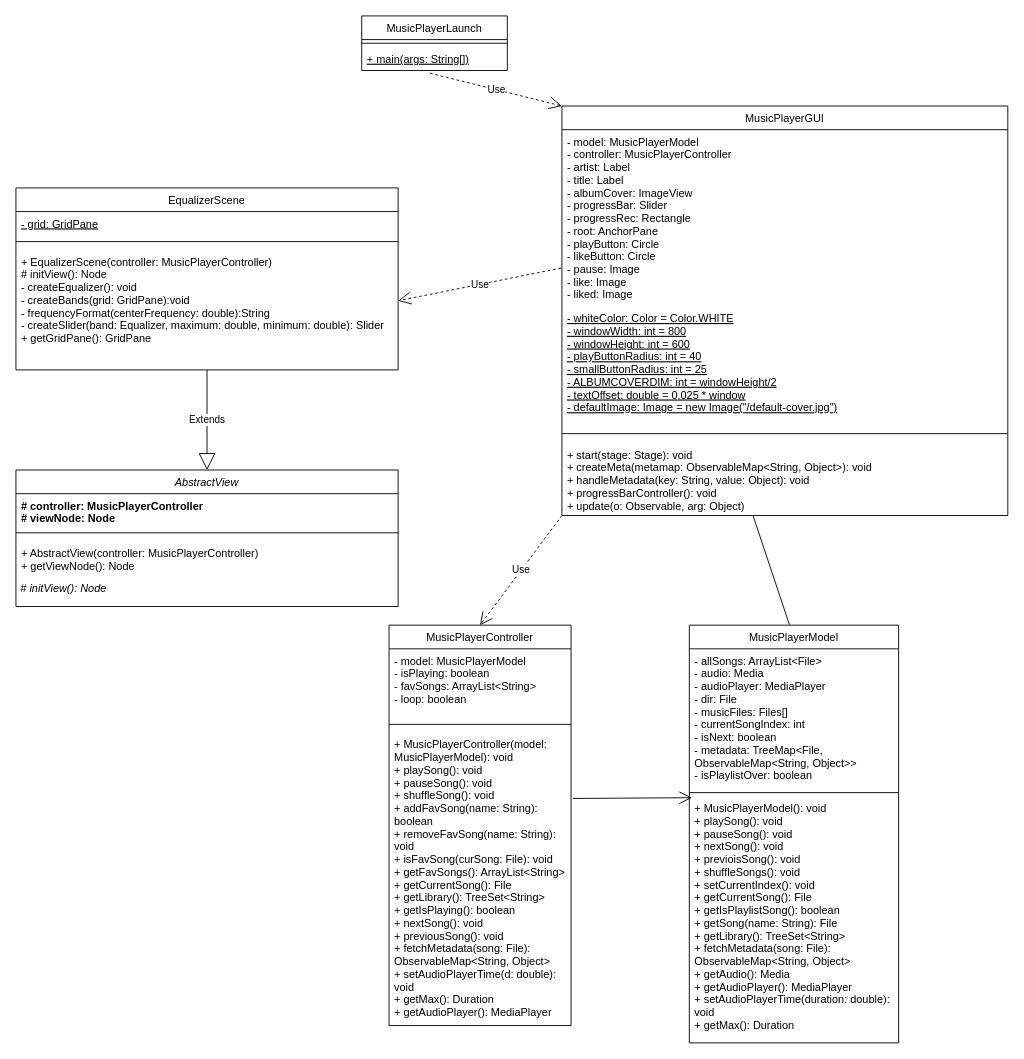
The draw.io diagram music-player-uml.drawio in AlFarabiDHK/CSc335-Final-Project-Music-Player, before the edit. Source tidied: cells renumbered, new cells numbered last; positions are measured from the earlier drawing's top-left corner, leaving out a move shared by most shapes. Both pictures are drawn from the tidied source at 91%, with x=0, y=0 at pixel (15, 15).
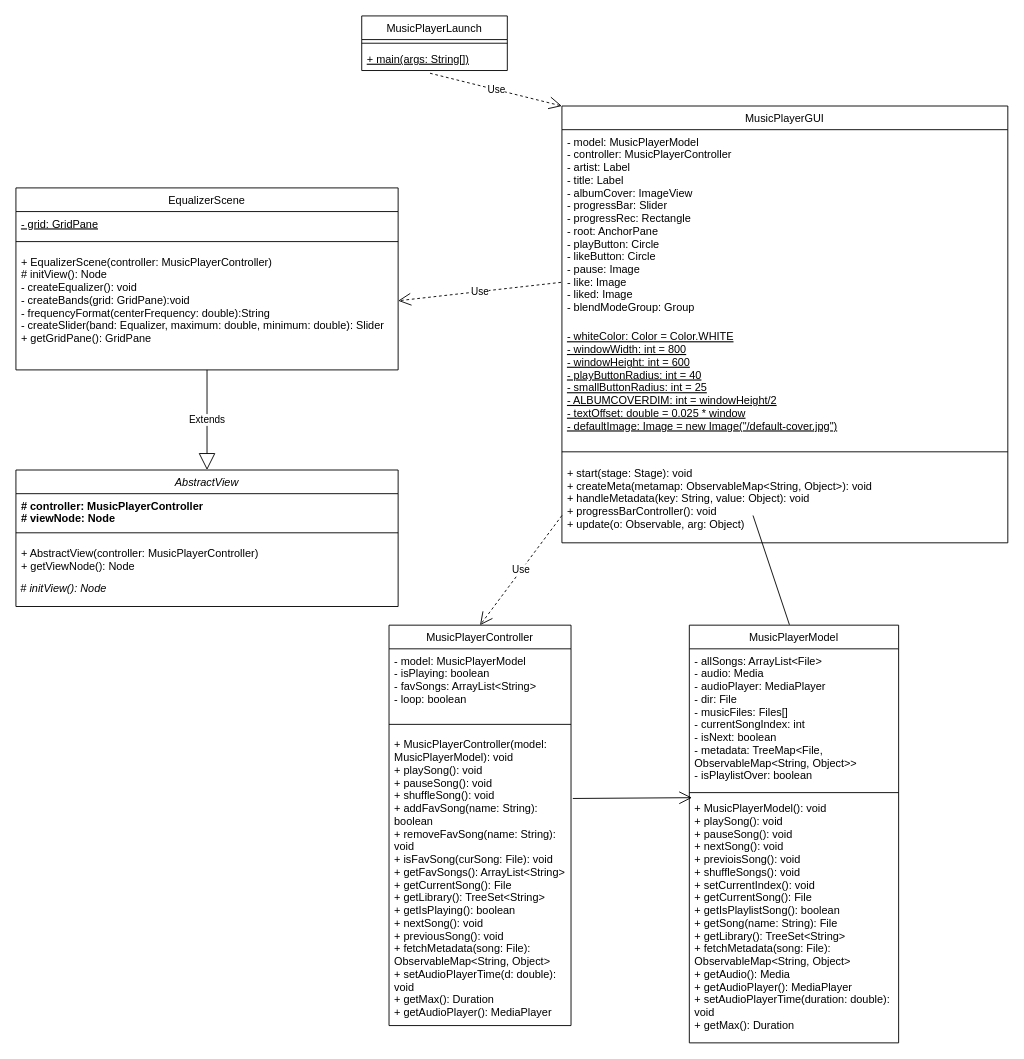
After the change.

Diff of the diagram source:
```diff
@@
     <mxCell id="5" value="MusicPlayerGUI" style="swimlane;fontStyle=0;align=center;verticalAlign=top;horizontal=1;startSize=26;rounded=0;shadow=0;strokeWidth=1;" parent="1" vertex="1">
-      <mxGeometry x="600" y="99" width="490" height="450" as="geometry" />
+      <mxGeometry x="600" y="99" width="490" height="480" as="geometry" />
     </mxCell>
-    <mxCell id="6" value="- model: MusicPlayerModel&#10;- controller: MusicPlayerController&#10;- artist: Label&#10;- title: Label&#10;- albumCover: ImageView&#10;- progressBar: Slider&#10;- progressRec: Rectangle&#10;- root: AnchorPane&#10;- playButton: Circle&#10;- likeButton: Circle&#10;- pause: Image&#10;- like: Image&#10;- liked: Image" style="text;align=left;verticalAlign=top;spacingLeft=4;spacingRight=4;overflow=hidden;points=[[0,0.5],[1,0.5]];portConstraint=eastwest;fontStyle=0;" parent="5" vertex="1">
-      <mxGeometry y="26" width="490" height="194" as="geometry" />
+    <mxCell id="6" value="- model: MusicPlayerModel&#10;- controller: MusicPlayerController&#10;- artist: Label&#10;- title: Label&#10;- albumCover: ImageView&#10;- progressBar: Slider&#10;- progressRec: Rectangle&#10;- root: AnchorPane&#10;- playButton: Circle&#10;- likeButton: Circle&#10;- pause: Image&#10;- like: Image&#10;- liked: Image&#10;- blendModeGroup: Group" style="text;align=left;verticalAlign=top;spacingLeft=4;spacingRight=4;overflow=hidden;points=[[0,0.5],[1,0.5]];portConstraint=eastwest;fontStyle=0;" parent="5" vertex="1">
+      <mxGeometry y="26" width="490" height="214" as="geometry" />
     </mxCell>
     <mxCell id="7" value="- whiteColor: Color = Color.WHITE&#10;- windowWidth: int = 800&#10;- windowHeight: int = 600&#10;- playButtonRadius: int = 40&#10;- smallButtonRadius: int = 25&#10;- ALBUMCOVERDIM: int = windowHeight/2&#10;- textOffset: double = 0.025 * window&#10;- defaultImage: Image = new Image(&quot;/default-cover.jpg&quot;)" style="text;align=left;verticalAlign=top;spacingLeft=4;spacingRight=4;overflow=hidden;fontStyle=4;" parent="5" vertex="1">
-      <mxGeometry y="220" width="490" height="130" as="geometry" />
+      <mxGeometry y="240" width="490" height="130" as="geometry" />
     </mxCell>
     <mxCell id="8" style="line;html=1;strokeWidth=1;align=left;verticalAlign=middle;spacingTop=-1;spacingLeft=3;spacingRight=3;labelPosition=right;" parent="5" vertex="1">
-      <mxGeometry y="350" width="490" height="20" as="geometry" />
+      <mxGeometry y="370" width="490" height="20" as="geometry" />
     </mxCell>
     <mxCell id="9" value="+ start(stage: Stage): void &#10;+ createMeta(metamap: ObservableMap&lt;String, Object&gt;): void&#10;+ handleMetadata(key: String, value: Object): void&#10;+ progressBarController(): void&#10;+ update(o: Observable, arg: Object)" style="text;align=left;verticalAlign=top;spacingLeft=4;spacingRight=4;overflow=hidden;fontStyle=0;" parent="5" vertex="1">
-      <mxGeometry y="370" width="490" height="80" as="geometry" />
+      <mxGeometry y="390" width="490" height="80" as="geometry" />
     </mxCell>
```
